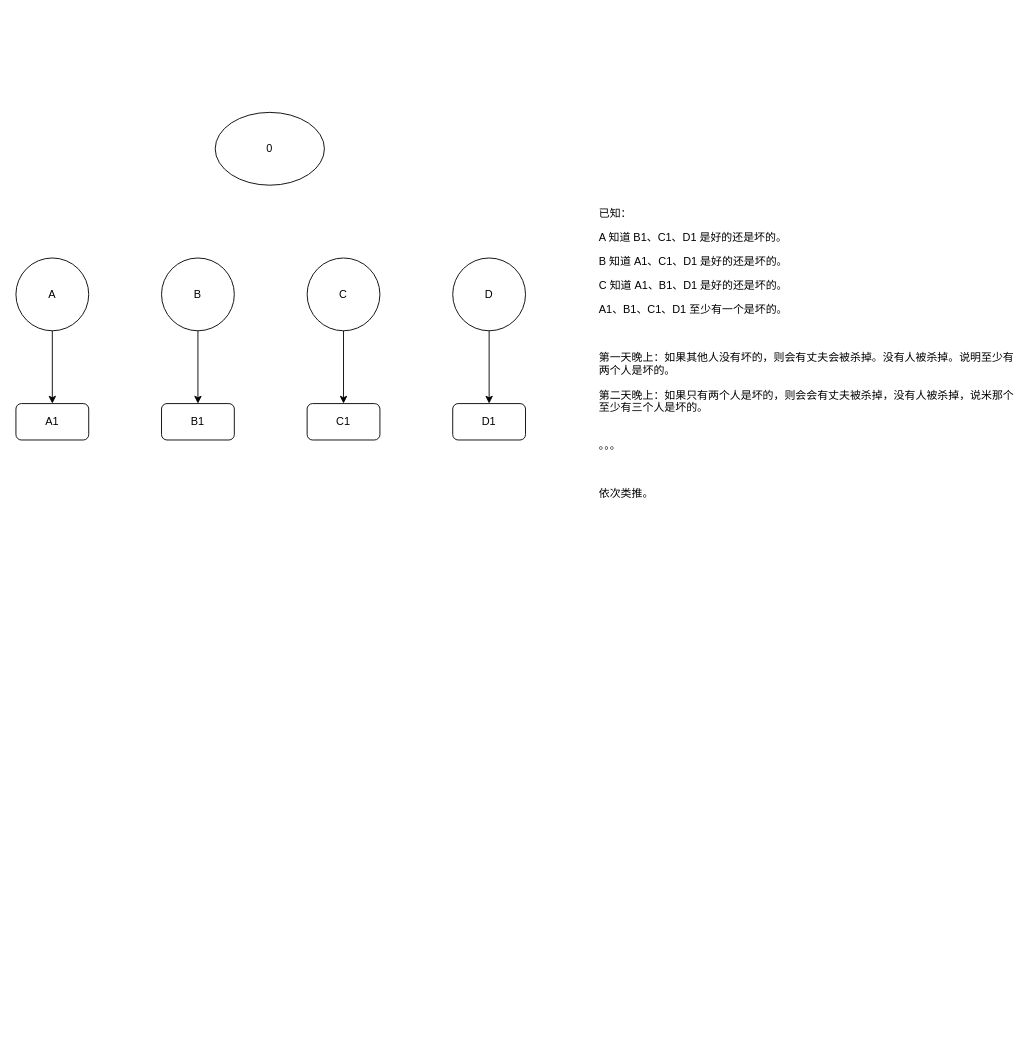
This is me/博弈.drawio from LanSeTianYe/draw, a draw.io file, before an edit. Source tidied: cells renumbered, new cells numbered last; positions are measured from the earlier drawing's top-left corner, leaving out a move shared by most shapes. Both pictures are drawn from the tidied source at 91%, with x=0, y=0 at pixel (15, 111).
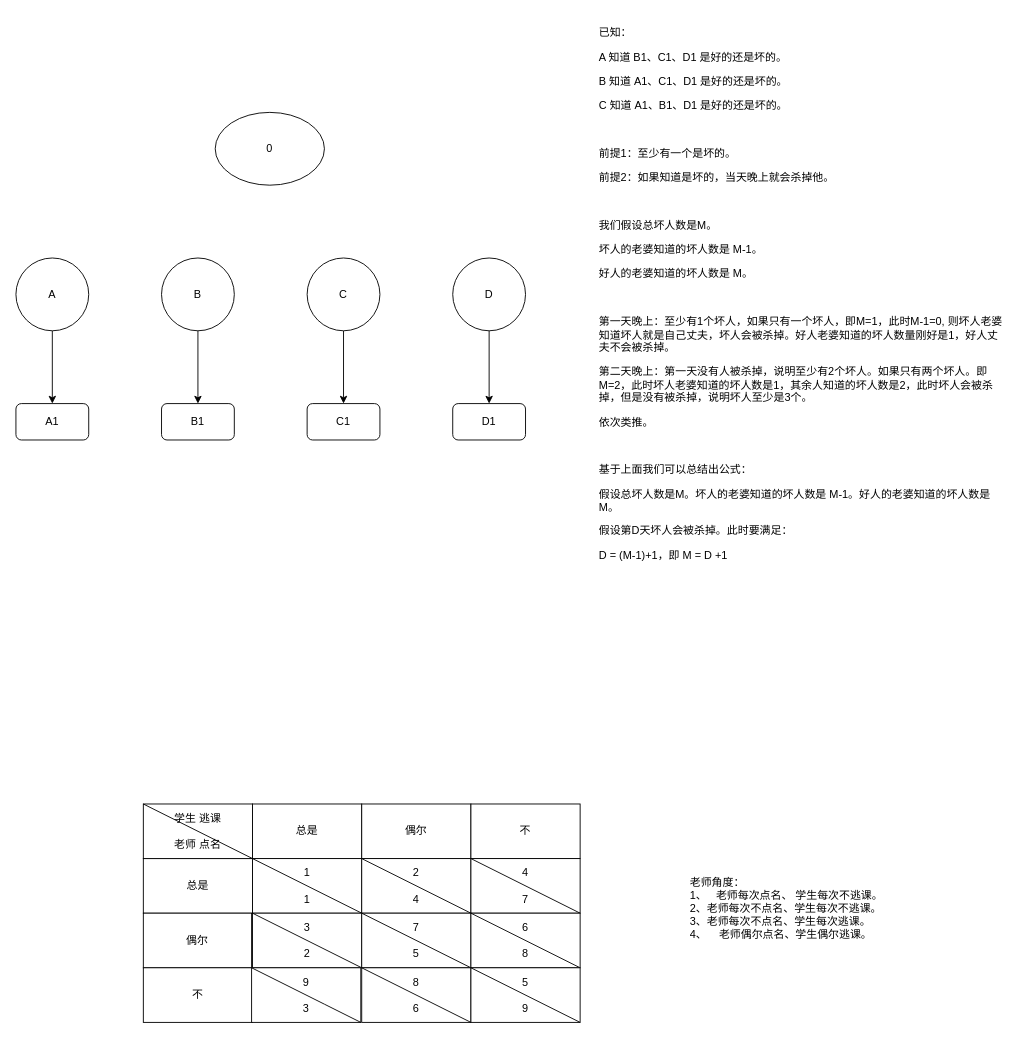
Above is the later version.

Diff of the diagram source:
```diff
@@
-    <mxCell id="15" value="&lt;p&gt;已知：&lt;/p&gt;&lt;p&gt;A 知道 B1、C1、D1 是好的还是坏的。&lt;/p&gt;&lt;p&gt;B 知道 A1、C1、D1 是好的还是坏的。&lt;/p&gt;&lt;p&gt;C 知道 A1、B1、D1 是好的还是坏的。&lt;/p&gt;&lt;p&gt;A1、B1、C1、D1 至少有一个是坏的。&lt;/p&gt;&lt;p&gt;&lt;br&gt;&lt;/p&gt;&lt;p&gt;第一天晚上：如果&lt;span style=&quot;background-color: transparent; color: light-dark(rgb(0, 0, 0), rgb(255, 255, 255));&quot;&gt;其他人没有坏的&lt;/span&gt;&lt;span style=&quot;background-color: transparent; color: light-dark(rgb(0, 0, 0), rgb(255, 255, 255));&quot;&gt;，则会有丈夫会被杀掉。&lt;/span&gt;&lt;span style=&quot;background-color: transparent; color: light-dark(rgb(0, 0, 0), rgb(255, 255, 255));&quot;&gt;没有人被杀掉。说明至少有两个人是坏的。&lt;/span&gt;&lt;/p&gt;&lt;p&gt;第二天晚上：如果只有两个人是坏的，则会会有丈夫被杀掉，没有人被杀掉，说米那个至少有三个人是坏的。&lt;br&gt;&lt;br&gt;&lt;/p&gt;&lt;p&gt;。。。&amp;nbsp;&lt;/p&gt;&lt;p&gt;&lt;br&gt;&lt;/p&gt;&lt;p&gt;依次类推。&lt;/p&gt;&lt;p&gt;&lt;span style=&quot;background-color: transparent; color: light-dark(rgb(0, 0, 0), rgb(255, 255, 255));&quot;&gt;&lt;br&gt;&lt;/span&gt;&lt;/p&gt;&lt;p&gt;&lt;br&gt;&lt;/p&gt;&lt;p&gt;&lt;br&gt;&lt;/p&gt;&lt;p&gt;&lt;br&gt;&lt;/p&gt;&lt;p&gt;&lt;br&gt;&lt;/p&gt;&lt;p&gt;&lt;br&gt;&lt;/p&gt;&lt;p&gt;&lt;br&gt;&lt;/p&gt;&lt;p&gt;&lt;br&gt;&lt;/p&gt;&lt;p&gt;&lt;br&gt;&lt;/p&gt;&lt;p&gt;&lt;br&gt;&lt;/p&gt;&lt;p&gt;&lt;br&gt;&lt;/p&gt;" style="text;html=1;align=left;verticalAlign=middle;whiteSpace=wrap;rounded=0;" parent="1" vertex="1">
-      <mxGeometry x="639" width="460" height="821" as="geometry" />
+    <mxCell id="15" value="&lt;p&gt;已知：&lt;/p&gt;&lt;p&gt;A 知道 B1、C1、D1 是好的还是坏的。&lt;/p&gt;&lt;p&gt;B 知道 A1、C1、D1 是好的还是坏的。&lt;/p&gt;&lt;p&gt;C 知道 A1、B1、D1 是好的还是坏的。&lt;/p&gt;&lt;p&gt;&lt;br&gt;&lt;/p&gt;&lt;p&gt;前提1：至少有一个是坏的。&lt;/p&gt;&lt;p&gt;前提2：如果知道是坏的，当天晚上就会杀掉他。&lt;/p&gt;&lt;p&gt;&lt;br&gt;&lt;/p&gt;&lt;p&gt;我们假设总坏人数是M。&lt;/p&gt;&lt;p&gt;坏人的老婆知道的坏人数是 M-1。&lt;/p&gt;&lt;p&gt;好人的老婆知道的坏人数是 M。&lt;/p&gt;&lt;p&gt;&lt;br&gt;&lt;/p&gt;&lt;p&gt;第一天晚上：至少有1个坏人，如果只有一个坏人，即M=1，此时M-1=0, 则坏人老婆知道坏人就是自己丈夫，坏人会被杀掉。好人老婆知道的坏人数量刚好是1，好人丈夫不会被杀掉。&lt;/p&gt;&lt;p&gt;&lt;span style=&quot;background-color: transparent; color: light-dark(rgb(0, 0, 0), rgb(255, 255, 255));&quot;&gt;第二天晚上：第一天没有人被杀掉，说明至少有2个坏人。如果只有两个坏人。即M=2，此时坏人老婆知道的坏人数是1，其余人知道的坏人数是2，此时坏人会被杀掉，但是没有被杀掉，说明坏人至少是3个。&lt;/span&gt;&lt;/p&gt;&lt;p&gt;依次类推。&lt;/p&gt;&lt;p&gt;&lt;br&gt;&lt;/p&gt;&lt;p&gt;基于上面我们可以总结出公式：&lt;/p&gt;&lt;p&gt;假设总坏人数是M。&lt;span style=&quot;background-color: transparent; color: light-dark(rgb(0, 0, 0), rgb(255, 255, 255));&quot;&gt;坏人的老婆知道的坏人数是 M-1。&lt;/span&gt;&lt;span style=&quot;background-color: transparent; color: light-dark(rgb(0, 0, 0), rgb(255, 255, 255));&quot;&gt;好人的老婆知道的坏人数是 M。&lt;/span&gt;&lt;/p&gt;&lt;p&gt;&lt;span style=&quot;background-color: transparent; color: light-dark(rgb(0, 0, 0), rgb(255, 255, 255));&quot;&gt;假设第D天坏人会被杀掉。此时要满足：&lt;/span&gt;&lt;/p&gt;&lt;p&gt;D = (M-1)+1，即 M = D +1&lt;/p&gt;&lt;p&gt;&lt;br&gt;&lt;/p&gt;&lt;p&gt;&lt;br&gt;&lt;/p&gt;&lt;p&gt;&lt;br&gt;&lt;/p&gt;&lt;p&gt;&lt;br&gt;&lt;/p&gt;&lt;p&gt;&lt;br&gt;&lt;/p&gt;&lt;p&gt;&lt;br&gt;&lt;/p&gt;&lt;p&gt;&lt;br&gt;&lt;/p&gt;&lt;p&gt;&lt;br&gt;&lt;/p&gt;&lt;p&gt;&lt;br&gt;&lt;/p&gt;&lt;p&gt;&lt;br&gt;&lt;/p&gt;&lt;p&gt;&lt;br&gt;&lt;/p&gt;" style="text;html=1;align=left;verticalAlign=middle;whiteSpace=wrap;rounded=0;" parent="1" vertex="1">
+      <mxGeometry x="639" width="450" height="691" as="geometry" />
     </mxCell>
+    <mxCell id="16" value="总是" style="rounded=0;whiteSpace=wrap;html=1;" parent="1" vertex="1">
+      <mxGeometry x="140" y="821" width="120" height="60" as="geometry" />
+    </mxCell>
+    <mxCell id="17" value="偶尔" style="rounded=0;whiteSpace=wrap;html=1;" parent="1" vertex="1">
+      <mxGeometry x="140" y="881" width="119" height="60" as="geometry" />
+    </mxCell>
+    <mxCell id="18" value="&lt;div&gt;老师角度：&lt;/div&gt;1、&amp;nbsp; &amp;nbsp;老师每次点名、 学生每次不逃课。&lt;div&gt;2、老师每次不点名、学生每次不逃课。&lt;/div&gt;&lt;div&gt;3、老师每次不点名、学生每次逃课。&lt;/div&gt;&lt;div&gt;4、&amp;nbsp; &amp;nbsp; 老师偶尔点名、学生偶尔逃课。&lt;/div&gt;" style="text;html=1;align=left;verticalAlign=middle;whiteSpace=wrap;rounded=0;" parent="1" vertex="1">
+      <mxGeometry x="739" y="741" width="300" height="270" as="geometry" />
+    </mxCell>
+    <mxCell id="19" value="不" style="rounded=0;whiteSpace=wrap;html=1;" parent="1" vertex="1">
+      <mxGeometry x="140" y="941" width="120" height="60" as="geometry" />
+    </mxCell>
+    <mxCell id="20" value="总是" style="rounded=0;whiteSpace=wrap;html=1;" parent="1" vertex="1">
+      <mxGeometry x="260" y="761" width="120" height="60" as="geometry" />
+    </mxCell>
+    <mxCell id="21" value="偶尔" style="rounded=0;whiteSpace=wrap;html=1;" parent="1" vertex="1">
+      <mxGeometry x="380" y="761" width="120" height="60" as="geometry" />
+    </mxCell>
+    <mxCell id="22" value="不" style="rounded=0;whiteSpace=wrap;html=1;" parent="1" vertex="1">
+      <mxGeometry x="500" y="761" width="120" height="60" as="geometry" />
+    </mxCell>
+    <mxCell id="23" value="学生 逃课&lt;div&gt;&lt;br&gt;&lt;/div&gt;&lt;div&gt;老师 点名&lt;/div&gt;" style="rounded=0;whiteSpace=wrap;html=1;" parent="1" vertex="1">
+      <mxGeometry x="140" y="761" width="120" height="60" as="geometry" />
+    </mxCell>
+    <mxCell id="24" style="endArrow=none;html=1;rounded=0;exitX=0;exitY=0;exitDx=0;exitDy=0;entryX=1;entryY=1;entryDx=0;entryDy=0;" parent="1" edge="1" source="23" target="23">
+      <mxGeometry relative="1" as="geometry" />
+    </mxCell>
+    <mxCell id="25" value="1&lt;br&gt;&lt;div&gt;&lt;br&gt;&lt;/div&gt;&lt;div&gt;1&lt;/div&gt;" style="rounded=0;whiteSpace=wrap;html=1;" parent="1" vertex="1">
+      <mxGeometry x="260" y="821" width="120" height="60" as="geometry" />
+    </mxCell>
+    <mxCell id="26" style="endArrow=none;html=1;rounded=0;exitX=0;exitY=0;exitDx=0;exitDy=0;entryX=1;entryY=1;entryDx=0;entryDy=0;" parent="1" edge="1" source="25" target="25">
+      <mxGeometry relative="1" as="geometry" />
+    </mxCell>
+    <mxCell id="27" value="2&lt;br&gt;&lt;div&gt;&lt;br&gt;&lt;/div&gt;&lt;div&gt;4&lt;/div&gt;" style="rounded=0;whiteSpace=wrap;html=1;" parent="1" vertex="1">
+      <mxGeometry x="380" y="821" width="120" height="60" as="geometry" />
+    </mxCell>
+    <mxCell id="28" style="endArrow=none;html=1;rounded=0;exitX=0;exitY=0;exitDx=0;exitDy=0;entryX=1;entryY=1;entryDx=0;entryDy=0;" parent="1" edge="1" source="27" target="27">
+      <mxGeometry relative="1" as="geometry" />
+    </mxCell>
+    <mxCell id="29" value="4&lt;br&gt;&lt;div&gt;&lt;br&gt;&lt;/div&gt;&lt;div&gt;7&lt;/div&gt;" style="rounded=0;whiteSpace=wrap;html=1;" parent="1" vertex="1">
+      <mxGeometry x="500" y="821" width="120" height="60" as="geometry" />
+    </mxCell>
+    <mxCell id="30" style="endArrow=none;html=1;rounded=0;exitX=0;exitY=0;exitDx=0;exitDy=0;entryX=1;entryY=1;entryDx=0;entryDy=0;" parent="1" edge="1" source="29" target="29">
+      <mxGeometry relative="1" as="geometry" />
+    </mxCell>
+    <mxCell id="31" value="3&lt;br&gt;&lt;div&gt;&lt;br&gt;&lt;/div&gt;&lt;div&gt;2&lt;/div&gt;" style="rounded=0;whiteSpace=wrap;html=1;" parent="1" vertex="1">
+      <mxGeometry x="260" y="881" width="120" height="60" as="geometry" />
+    </mxCell>
+    <mxCell id="32" style="endArrow=none;html=1;rounded=0;exitX=0;exitY=0;exitDx=0;exitDy=0;entryX=1;entryY=1;entryDx=0;entryDy=0;" parent="1" edge="1" source="31" target="31">
+      <mxGeometry relative="1" as="geometry" />
+    </mxCell>
+    <mxCell id="33" value="7&lt;br&gt;&lt;div&gt;&lt;br&gt;&lt;/div&gt;&lt;div&gt;5&lt;/div&gt;" style="rounded=0;whiteSpace=wrap;html=1;" parent="1" vertex="1">
+      <mxGeometry x="380" y="881" width="120" height="60" as="geometry" />
+    </mxCell>
+    <mxCell id="34" style="endArrow=none;html=1;rounded=0;exitX=0;exitY=0;exitDx=0;exitDy=0;entryX=1;entryY=1;entryDx=0;entryDy=0;" parent="1" edge="1" source="33" target="33">
+      <mxGeometry relative="1" as="geometry" />
+    </mxCell>
+    <mxCell id="35" value="6&lt;br&gt;&lt;div&gt;&lt;br&gt;&lt;/div&gt;&lt;div&gt;8&lt;/div&gt;" style="rounded=0;whiteSpace=wrap;html=1;" parent="1" vertex="1">
+      <mxGeometry x="500" y="881" width="120" height="60" as="geometry" />
+    </mxCell>
+    <mxCell id="36" style="endArrow=none;html=1;rounded=0;exitX=0;exitY=0;exitDx=0;exitDy=0;entryX=1;entryY=1;entryDx=0;entryDy=0;" parent="1" edge="1" source="35" target="35">
+      <mxGeometry relative="1" as="geometry" />
+    </mxCell>
+    <mxCell id="37" value="9&lt;br&gt;&lt;div&gt;&lt;br&gt;&lt;/div&gt;&lt;div&gt;3&lt;/div&gt;" style="rounded=0;whiteSpace=wrap;html=1;" parent="1" vertex="1">
+      <mxGeometry x="259" y="941" width="120" height="60" as="geometry" />
+    </mxCell>
+    <mxCell id="38" style="endArrow=none;html=1;rounded=0;exitX=0;exitY=0;exitDx=0;exitDy=0;entryX=1;entryY=1;entryDx=0;entryDy=0;" parent="1" edge="1" source="37" target="37">
+      <mxGeometry relative="1" as="geometry">
+        <Array as="points">
+          <mxPoint x="339" y="981" />
+        </Array>
+      </mxGeometry>
+    </mxCell>
+    <mxCell id="39" value="8&lt;br&gt;&lt;div&gt;&lt;br&gt;&lt;/div&gt;&lt;div&gt;6&lt;/div&gt;" style="rounded=0;whiteSpace=wrap;html=1;" parent="1" vertex="1">
+      <mxGeometry x="380" y="941" width="120" height="60" as="geometry" />
+    </mxCell>
+    <mxCell id="40" style="endArrow=none;html=1;rounded=0;exitX=0;exitY=0;exitDx=0;exitDy=0;entryX=1;entryY=1;entryDx=0;entryDy=0;" parent="1" edge="1" source="39" target="39">
+      <mxGeometry relative="1" as="geometry" />
+    </mxCell>
+    <mxCell id="41" value="5&lt;br&gt;&lt;div&gt;&lt;br&gt;&lt;/div&gt;&lt;div&gt;9&lt;/div&gt;" style="rounded=0;whiteSpace=wrap;html=1;" parent="1" vertex="1">
+      <mxGeometry x="500" y="941" width="120" height="60" as="geometry" />
+    </mxCell>
+    <mxCell id="42" style="endArrow=none;html=1;rounded=0;exitX=0;exitY=0;exitDx=0;exitDy=0;entryX=1;entryY=1;entryDx=0;entryDy=0;" parent="1" edge="1" source="41" target="41">
+      <mxGeometry relative="1" as="geometry" />
+    </mxCell>
```
